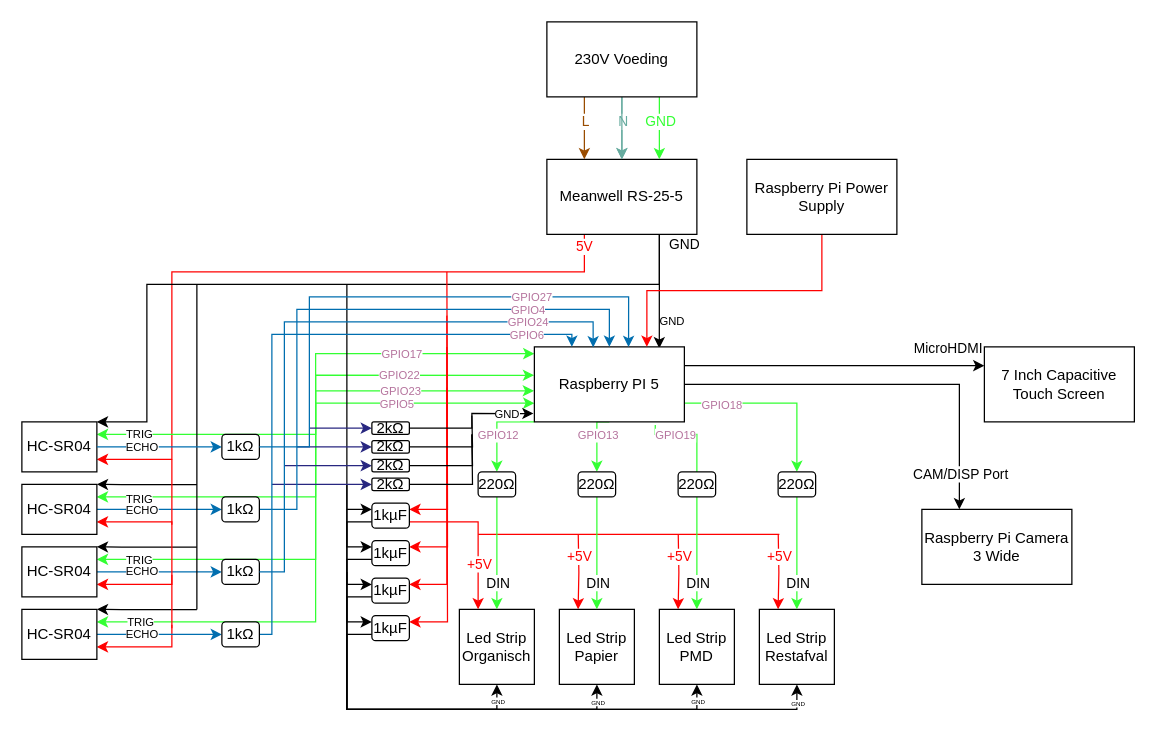
The draw.io diagram Architectuur/SlimmeAfvalContainer_Architectuur.drawio in vives-project-xp/SlimmeAfvalcontainer, before the edit. Source tidied: cells renumbered, new cells numbered last; positions are measured from the earlier drawing's top-left corner, leaving out a move shared by most shapes. Both pictures are drawn from the tidied source at 125%, with x=0, y=0 at pixel (21, 21).
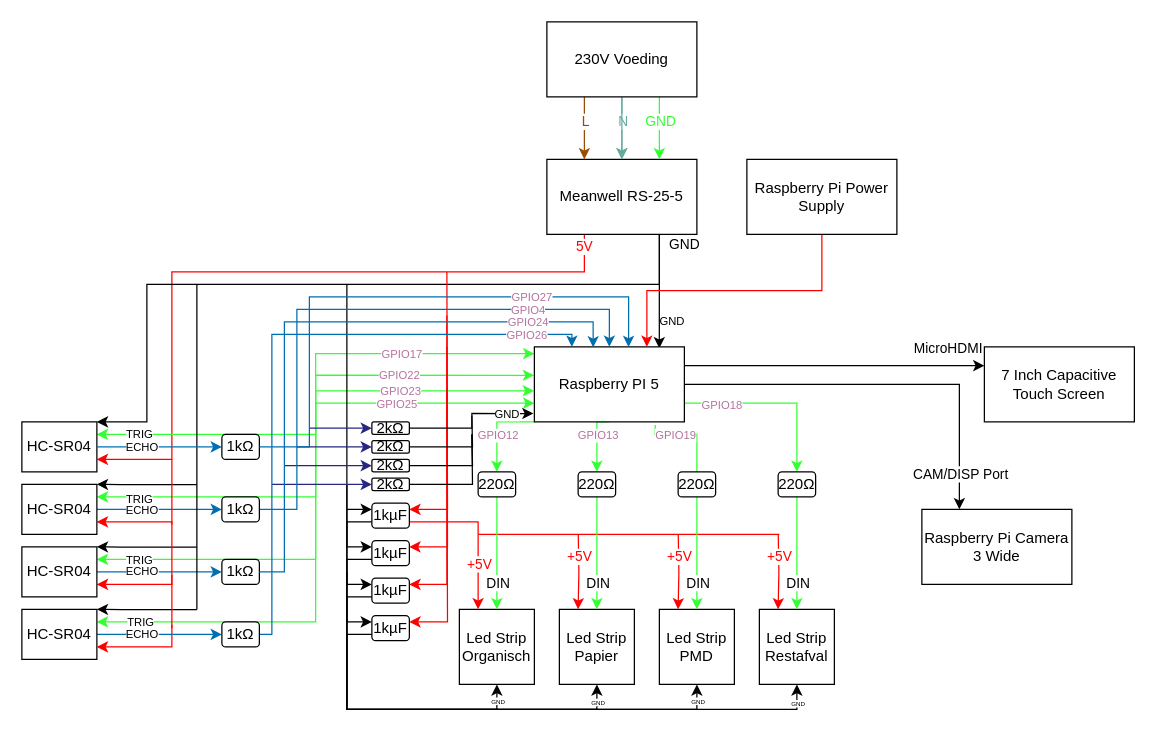
Above is the later version.

Commit message:
Architectuur correcte gpio pins

The change refers to these unchanged cells:
```xml
<mxCell id="58" style="edgeStyle=orthogonalEdgeStyle;rounded=0;jettySize=auto;html=1;exitX=1;exitY=0.25;exitDx=0;exitDy=0;entryX=0;entryY=0.75;entryDx=0;entryDy=0;strokeColor=light-dark(#33FF33,#33FF33);startArrow=classic;startFill=1;" parent="1" edge="1" source="63" target="74">
  <mxGeometry relative="1" as="geometry" />
</mxCell>
<mxCell id="132" style="edgeStyle=orthogonalEdgeStyle;rounded=0;jettySize=auto;html=1;exitX=1;exitY=0.5;exitDx=0;exitDy=0;entryX=0.25;entryY=0;entryDx=0;entryDy=0;strokeColor=light-dark(#006EAF,#006EAF);" parent="1" edge="1" source="134" target="74">
  <mxGeometry relative="1" as="geometry">
    <Array as="points">
      <mxPoint x="200" y="490" />
      <mxPoint x="200" y="250" />
      <mxPoint x="440" y="250" />
    </Array>
  </mxGeometry>
</mxCell>
```

The edit, as a diff of the source:
```diff
@@
-    <mxCell id="59" value="GPIO5" style="edgeLabel;html=1;align=center;verticalAlign=middle;fontColor=light-dark(#B5739D,#B5739D);fontSize=9;" parent="58" vertex="1">
+    <mxCell id="59" value="GPIO25" style="edgeLabel;html=1;align=center;verticalAlign=middle;fontColor=light-dark(#B5739D,#B5739D);fontSize=9;" parent="58" vertex="1">
       <mxGeometry x="0.89" relative="1" as="geometry">
         <mxPoint x="-82" as="offset" />
       </mxGeometry>
     </mxCell>
@@
-    <mxCell id="133" value="GPIO6" style="edgeLabel;html=1;align=center;verticalAlign=middle;fontSize=9;fontColor=light-dark(#B5739D,#B5739D);" parent="132" vertex="1">
+    <mxCell id="133" value="GPIO26" style="edgeLabel;html=1;align=center;verticalAlign=middle;fontSize=9;fontColor=light-dark(#B5739D,#B5739D);" parent="132" vertex="1">
       <mxGeometry x="0.81" relative="1" as="geometry" />
     </mxCell>
```
